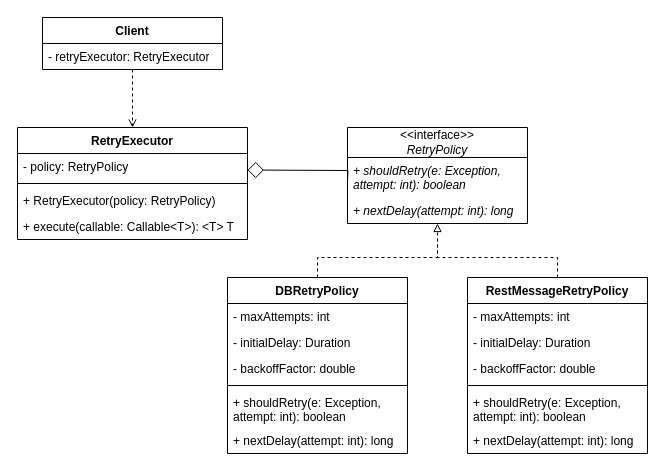
Before: Paper/drawio/retryClassDiagramm.drawio in murfei/FaultTolerantJobProcessing, a draw.io diagram. Source tidied: cells renumbered, new cells numbered last; positions are measured from the earlier drawing's top-left corner, leaving out a move shared by most shapes. Both pictures are drawn from the tidied source at 100%, with x=0, y=0 at pixel (17, 17).
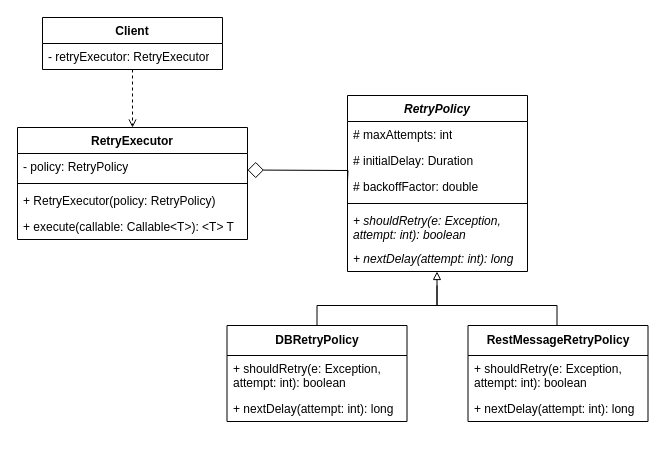
The same page after the edit.

Change to the diagram source:
```diff
@@
-    <mxCell id="7" value="&lt;div&gt;&amp;lt;&amp;lt;interface&amp;gt;&amp;gt;&lt;/div&gt;&lt;div&gt;&lt;i&gt;RetryPolicy&lt;/i&gt;&lt;/div&gt;" style="swimlane;fontStyle=0;horizontal=1;startSize=30;fillColor=none;whiteSpace=wrap;html=1;" parent="1" vertex="1">
-      <mxGeometry x="330" y="110" width="180" height="96" as="geometry" />
-    </mxCell>
-    <mxCell id="8" value="&lt;i&gt;+ shouldRetry(e: Exception, attempt: int): boolean&lt;/i&gt;" style="text;strokeColor=none;fillColor=none;align=left;verticalAlign=top;spacingLeft=4;spacingRight=4;overflow=hidden;whiteSpace=wrap;html=1;" parent="7" vertex="1">
-      <mxGeometry y="30" width="180" height="40" as="geometry" />
-    </mxCell>
-    <mxCell id="9" value="&lt;i&gt;+ nextDelay(attempt: int): long&lt;/i&gt;" style="text;strokeColor=none;fillColor=none;align=left;verticalAlign=top;spacingLeft=4;spacingRight=4;overflow=hidden;whiteSpace=wrap;html=1;" parent="7" vertex="1">
-      <mxGeometry y="70" width="180" height="26" as="geometry" />
-    </mxCell>
@@
-    <mxCell id="13" style="edgeStyle=orthogonalEdgeStyle;rounded=0;jettySize=auto;html=1;exitX=0.5;exitY=0;exitDx=0;exitDy=0;entryX=0.5;entryY=1;entryDx=0;entryDy=0;endArrow=block;endFill=0;dashed=1;" parent="1" edge="1" source="14" target="7">
+    <mxCell id="13" style="edgeStyle=orthogonalEdgeStyle;rounded=0;orthogonalLoop=1;jettySize=auto;html=1;exitX=0.5;exitY=0;exitDx=0;exitDy=0;entryX=0.5;entryY=1;entryDx=0;entryDy=0;endArrow=block;endFill=0;" parent="1" edge="1">
       <mxGeometry relative="1" as="geometry">
+        <mxPoint x="299.5" y="308" as="sourcePoint" />
+        <mxPoint x="419.5" y="254" as="targetPoint" />
         <Array as="points">
-          <mxPoint x="300" y="240" />
-          <mxPoint x="420" y="240" />
+          <mxPoint x="299.5" y="288" />
+          <mxPoint x="419.5" y="288" />
         </Array>
       </mxGeometry>
     </mxCell>
+    <mxCell id="21" style="edgeStyle=orthogonalEdgeStyle;rounded=0;orthogonalLoop=1;jettySize=auto;html=1;exitX=0.5;exitY=0;exitDx=0;exitDy=0;endArrow=none;endFill=0;" parent="1" edge="1">
+      <mxGeometry relative="1" as="geometry">
+        <mxPoint x="539.5" y="308" as="sourcePoint" />
+        <mxPoint x="419.5" y="268" as="targetPoint" />
+        <Array as="points">
+          <mxPoint x="539.5" y="288" />
+          <mxPoint x="419.5" y="288" />
+        </Array>
+      </mxGeometry>
+    </mxCell>
+    <mxCell id="29" style="endArrow=none;html=1;endSize=12;startArrow=diamond;startSize=14;startFill=0;edgeStyle=orthogonalEdgeStyle;rounded=0;exitX=1;exitY=0.5;exitDx=0;exitDy=0;entryX=0;entryY=0.5;entryDx=0;entryDy=0;endFill=0;" parent="1" edge="1">
+      <mxGeometry relative="1" as="geometry">
+        <mxPoint x="230" y="152.5" as="sourcePoint" />
+        <mxPoint x="330" y="163.5" as="targetPoint" />
+      </mxGeometry>
+    </mxCell>
-    <mxCell id="14" value="DBRetryPolicy" style="swimlane;fontStyle=1;align=center;verticalAlign=top;horizontal=1;startSize=26;whiteSpace=wrap;html=1;" parent="1" vertex="1">
-      <mxGeometry x="210" y="260" width="180" height="176" as="geometry" />
+    <mxCell id="14" value="&lt;div&gt;&lt;b&gt;DBRetryPolicy&lt;/b&gt;&lt;/div&gt;" style="swimlane;fontStyle=0;horizontal=1;startSize=30;fillColor=none;whiteSpace=wrap;html=1;" parent="1" vertex="1">
+      <mxGeometry x="209.5" y="308" width="180" height="96" as="geometry" />
     </mxCell>
-    <mxCell id="15" value="- maxAttempts: int" style="text;strokeColor=none;fillColor=none;align=left;verticalAlign=top;spacingLeft=4;spacingRight=4;overflow=hidden;whiteSpace=wrap;html=1;" parent="14" vertex="1">
-      <mxGeometry y="26" width="180" height="26" as="geometry" />
-    </mxCell>
-    <mxCell id="16" value="- initialDelay: Duration" style="text;strokeColor=none;fillColor=none;align=left;verticalAlign=top;spacingLeft=4;spacingRight=4;overflow=hidden;whiteSpace=wrap;html=1;" parent="14" vertex="1">
-      <mxGeometry y="52" width="180" height="26" as="geometry" />
-    </mxCell>
-    <mxCell id="17" value="- backoffFactor: double" style="text;strokeColor=none;fillColor=none;align=left;verticalAlign=top;spacingLeft=4;spacingRight=4;overflow=hidden;whiteSpace=wrap;html=1;" parent="14" vertex="1">
-      <mxGeometry y="78" width="180" height="26" as="geometry" />
-    </mxCell>
-    <mxCell id="18" style="line;strokeWidth=1;fillColor=none;align=left;verticalAlign=middle;spacingTop=-1;spacingLeft=3;spacingRight=3;labelPosition=right;strokeColor=inherit;" parent="14" vertex="1">
-      <mxGeometry y="104" width="180" height="8" as="geometry" />
-    </mxCell>
-    <mxCell id="19" value="+ shouldRetry(e: Exception, attempt: int): boolean" style="text;strokeColor=none;fillColor=none;align=left;verticalAlign=top;spacingLeft=4;spacingRight=4;overflow=hidden;whiteSpace=wrap;html=1;" parent="14" vertex="1">
-      <mxGeometry y="112" width="180" height="38" as="geometry" />
-    </mxCell>
-    <mxCell id="20" value="+ nextDelay(attempt: int): long" style="text;strokeColor=none;fillColor=none;align=left;verticalAlign=top;spacingLeft=4;spacingRight=4;overflow=hidden;whiteSpace=wrap;html=1;" parent="14" vertex="1">
-      <mxGeometry y="150" width="180" height="26" as="geometry" />
-    </mxCell>
-    <mxCell id="21" style="edgeStyle=orthogonalEdgeStyle;rounded=0;jettySize=auto;html=1;exitX=0.5;exitY=0;exitDx=0;exitDy=0;endArrow=none;endFill=0;dashed=1;" parent="1" edge="1" source="22">
-      <mxGeometry relative="1" as="geometry">
-        <mxPoint x="420" y="220" as="targetPoint" />
-        <Array as="points">
-          <mxPoint x="540" y="240" />
-          <mxPoint x="420" y="240" />
-        </Array>
-      </mxGeometry>
-    </mxCell>
+    <mxCell id="30" value="+ shouldRetry(e: Exception, attempt: int): boolean" style="text;strokeColor=none;fillColor=none;align=left;verticalAlign=top;spacingLeft=4;spacingRight=4;overflow=hidden;whiteSpace=wrap;html=1;" parent="14" vertex="1">
+      <mxGeometry y="30" width="180" height="40" as="geometry" />
+    </mxCell>
+    <mxCell id="31" value="+ nextDelay(attempt: int): long" style="text;strokeColor=none;fillColor=none;align=left;verticalAlign=top;spacingLeft=4;spacingRight=4;overflow=hidden;whiteSpace=wrap;html=1;" parent="14" vertex="1">
+      <mxGeometry y="70" width="180" height="26" as="geometry" />
+    </mxCell>
+    <mxCell id="32" value="&lt;i&gt;RetryPolicy&lt;/i&gt;" style="swimlane;fontStyle=1;align=center;verticalAlign=top;horizontal=1;startSize=26;whiteSpace=wrap;html=1;" parent="1" vertex="1">
+      <mxGeometry x="330" y="78" width="180" height="176" as="geometry" />
+    </mxCell>
+    <mxCell id="33" value="# maxAttempts: int" style="text;strokeColor=none;fillColor=none;align=left;verticalAlign=top;spacingLeft=4;spacingRight=4;overflow=hidden;whiteSpace=wrap;html=1;" parent="32" vertex="1">
+      <mxGeometry y="26" width="180" height="26" as="geometry" />
+    </mxCell>
+    <mxCell id="34" value="# initialDelay: Duration" style="text;strokeColor=none;fillColor=none;align=left;verticalAlign=top;spacingLeft=4;spacingRight=4;overflow=hidden;whiteSpace=wrap;html=1;" parent="32" vertex="1">
+      <mxGeometry y="52" width="180" height="26" as="geometry" />
+    </mxCell>
+    <mxCell id="35" value="# backoffFactor: double" style="text;strokeColor=none;fillColor=none;align=left;verticalAlign=top;spacingLeft=4;spacingRight=4;overflow=hidden;whiteSpace=wrap;html=1;" parent="32" vertex="1">
+      <mxGeometry y="78" width="180" height="26" as="geometry" />
+    </mxCell>
+    <mxCell id="36" style="line;strokeWidth=1;fillColor=none;align=left;verticalAlign=middle;spacingTop=-1;spacingLeft=3;spacingRight=3;labelPosition=right;strokeColor=inherit;" parent="32" vertex="1">
+      <mxGeometry y="104" width="180" height="8" as="geometry" />
+    </mxCell>
+    <mxCell id="8" value="&lt;i&gt;+ shouldRetry(e: Exception, attempt: int): boolean&lt;/i&gt;" style="text;strokeColor=none;fillColor=none;align=left;verticalAlign=top;spacingLeft=4;spacingRight=4;overflow=hidden;whiteSpace=wrap;html=1;" parent="32" vertex="1">
+      <mxGeometry y="112" width="180" height="38" as="geometry" />
+    </mxCell>
+    <mxCell id="9" value="&lt;i&gt;+ nextDelay(attempt: int): long&lt;/i&gt;" style="text;strokeColor=none;fillColor=none;align=left;verticalAlign=top;spacingLeft=4;spacingRight=4;overflow=hidden;whiteSpace=wrap;html=1;" parent="32" vertex="1">
+      <mxGeometry y="150" width="180" height="26" as="geometry" />
+    </mxCell>
-    <mxCell id="22" value="RestMessageRetryPolicy" style="swimlane;fontStyle=1;align=center;verticalAlign=top;horizontal=1;startSize=26;whiteSpace=wrap;html=1;" parent="1" vertex="1">
-      <mxGeometry x="450" y="260" width="180" height="176" as="geometry" />
+    <mxCell id="22" value="&lt;div&gt;&lt;b&gt;RestMessageRetryPolicy&lt;/b&gt;&lt;/div&gt;" style="swimlane;fontStyle=0;horizontal=1;startSize=30;fillColor=none;whiteSpace=wrap;html=1;" parent="1" vertex="1">
+      <mxGeometry x="450.5" y="308" width="180" height="96" as="geometry" />
     </mxCell>
-    <mxCell id="23" value="- maxAttempts: int" style="text;strokeColor=none;fillColor=none;align=left;verticalAlign=top;spacingLeft=4;spacingRight=4;overflow=hidden;whiteSpace=wrap;html=1;" parent="22" vertex="1">
-      <mxGeometry y="26" width="180" height="26" as="geometry" />
-    </mxCell>
-    <mxCell id="24" value="- initialDelay: Duration" style="text;strokeColor=none;fillColor=none;align=left;verticalAlign=top;spacingLeft=4;spacingRight=4;overflow=hidden;whiteSpace=wrap;html=1;" parent="22" vertex="1">
-      <mxGeometry y="52" width="180" height="26" as="geometry" />
-    </mxCell>
-    <mxCell id="25" value="- backoffFactor: double" style="text;strokeColor=none;fillColor=none;align=left;verticalAlign=top;spacingLeft=4;spacingRight=4;overflow=hidden;whiteSpace=wrap;html=1;" parent="22" vertex="1">
-      <mxGeometry y="78" width="180" height="26" as="geometry" />
-    </mxCell>
-    <mxCell id="26" style="line;strokeWidth=1;fillColor=none;align=left;verticalAlign=middle;spacingTop=-1;spacingLeft=3;spacingRight=3;labelPosition=right;strokeColor=inherit;" parent="22" vertex="1">
-      <mxGeometry y="104" width="180" height="8" as="geometry" />
-    </mxCell>
-    <mxCell id="27" value="+ shouldRetry(e: Exception, attempt: int): boolean" style="text;strokeColor=none;fillColor=none;align=left;verticalAlign=top;spacingLeft=4;spacingRight=4;overflow=hidden;whiteSpace=wrap;html=1;" parent="22" vertex="1">
-      <mxGeometry y="112" width="180" height="38" as="geometry" />
-    </mxCell>
-    <mxCell id="28" value="+ nextDelay(attempt: int): long" style="text;strokeColor=none;fillColor=none;align=left;verticalAlign=top;spacingLeft=4;spacingRight=4;overflow=hidden;whiteSpace=wrap;html=1;" parent="22" vertex="1">
-      <mxGeometry y="150" width="180" height="26" as="geometry" />
-    </mxCell>
-    <mxCell id="29" style="endArrow=none;html=1;endSize=12;startArrow=diamond;startSize=14;startFill=0;edgeStyle=orthogonalEdgeStyle;rounded=0;exitX=1;exitY=0.5;exitDx=0;exitDy=0;entryX=0;entryY=0.5;entryDx=0;entryDy=0;endFill=0;" parent="1" edge="1">
-      <mxGeometry relative="1" as="geometry">
-        <mxPoint x="230" y="152.5" as="sourcePoint" />
-        <mxPoint x="330" y="163.5" as="targetPoint" />
-      </mxGeometry>
-    </mxCell>
+    <mxCell id="37" value="+ shouldRetry(e: Exception, attempt: int): boolean" style="text;strokeColor=none;fillColor=none;align=left;verticalAlign=top;spacingLeft=4;spacingRight=4;overflow=hidden;whiteSpace=wrap;html=1;" parent="22" vertex="1">
+      <mxGeometry y="30" width="180" height="40" as="geometry" />
+    </mxCell>
+    <mxCell id="38" value="+ nextDelay(attempt: int): long" style="text;strokeColor=none;fillColor=none;align=left;verticalAlign=top;spacingLeft=4;spacingRight=4;overflow=hidden;whiteSpace=wrap;html=1;" parent="22" vertex="1">
+      <mxGeometry y="70" width="180" height="26" as="geometry" />
+    </mxCell>
```
